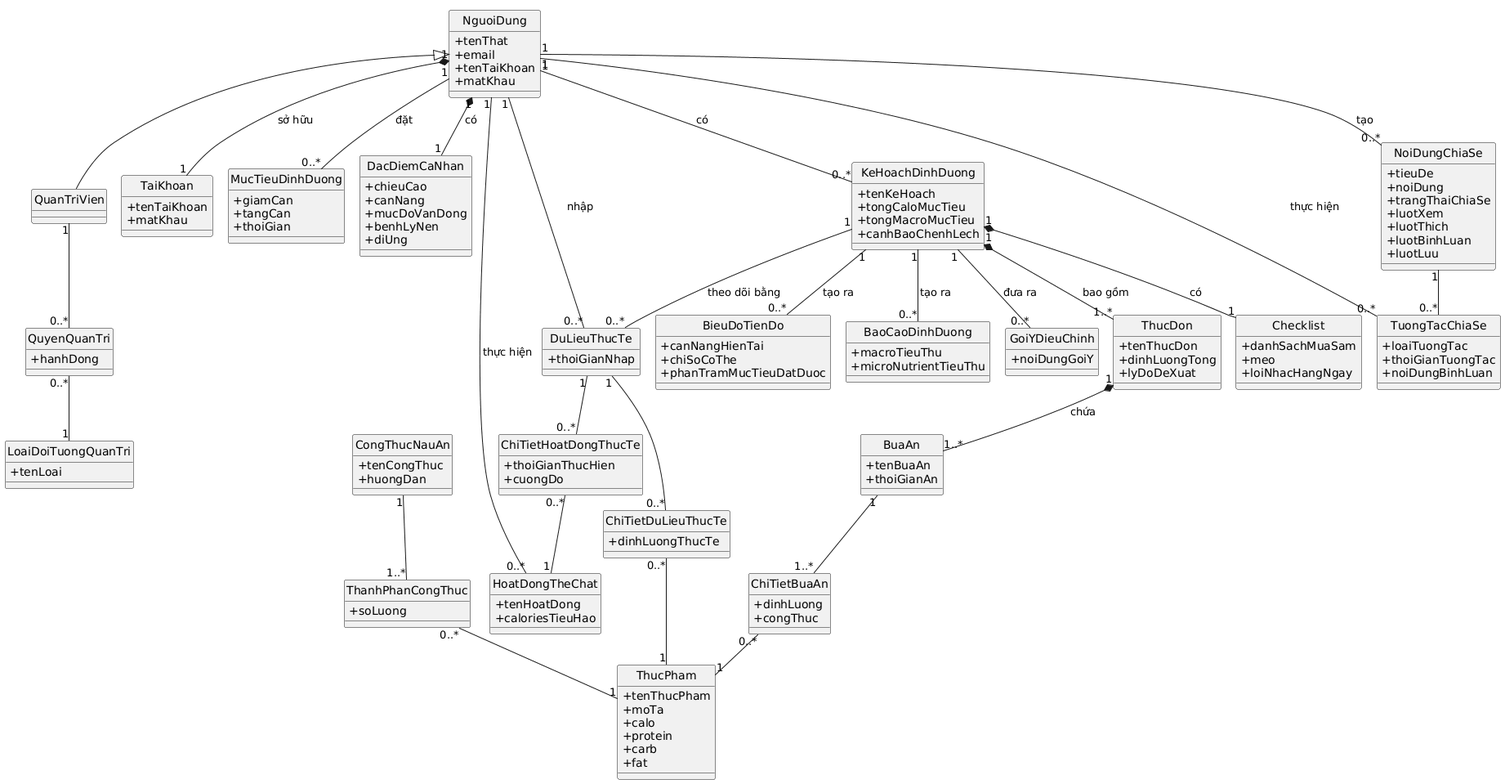
This is FrontendAnalysis/Entity/UmlPictures/entity_class_diagram.png from LQTam787/Thesis, a PlantUML export, as it was before one commit.
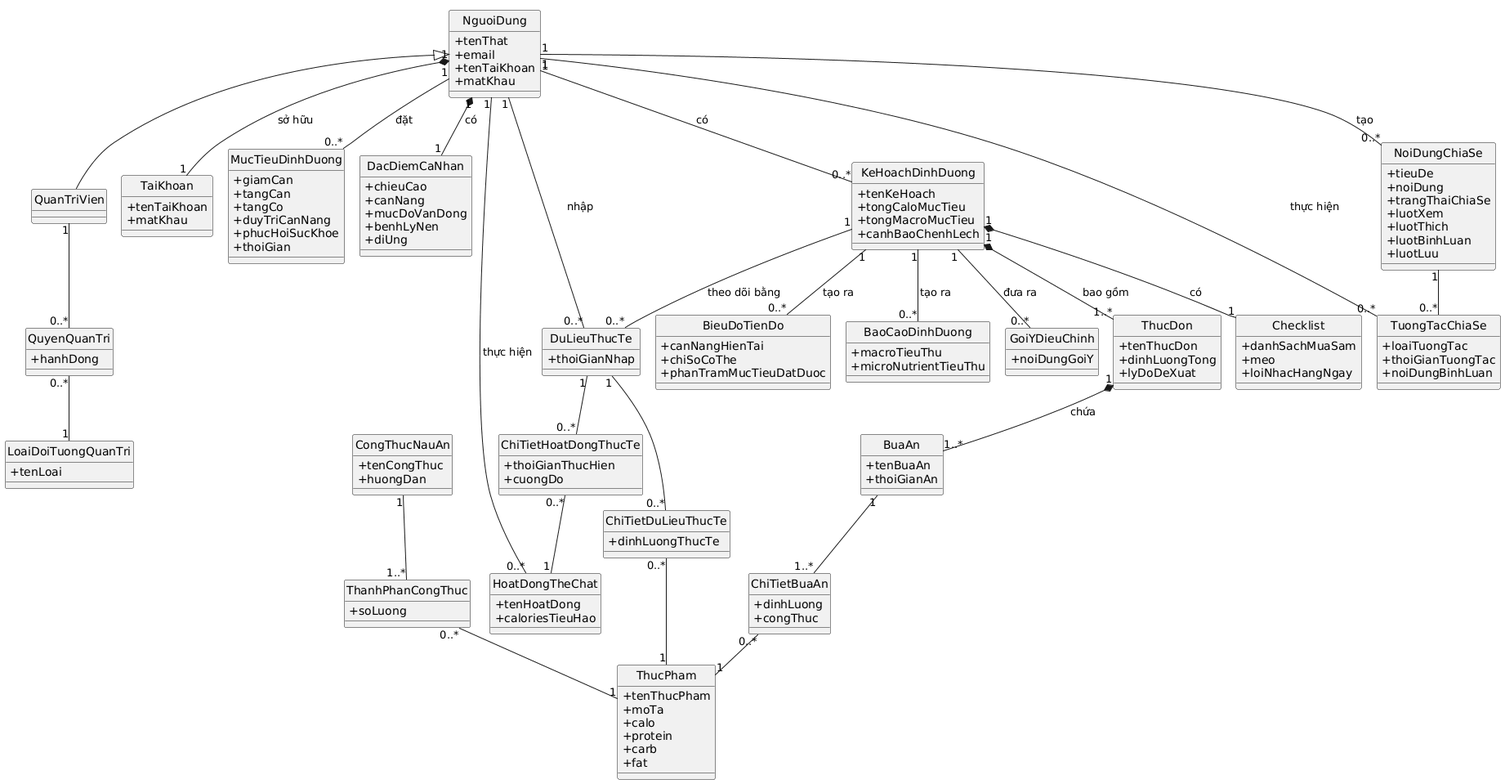
The same file after the commit.

Diff of the diagram source:
```diff
@@ -22,6 +22,9 @@
 class MucTieuDinhDuong {
   +giamCan
   +tangCan
+  +tangCo
+  +duyTriCanNang
+  +phucHoiSucKhoe
   +thoiGian
 }
 
```
